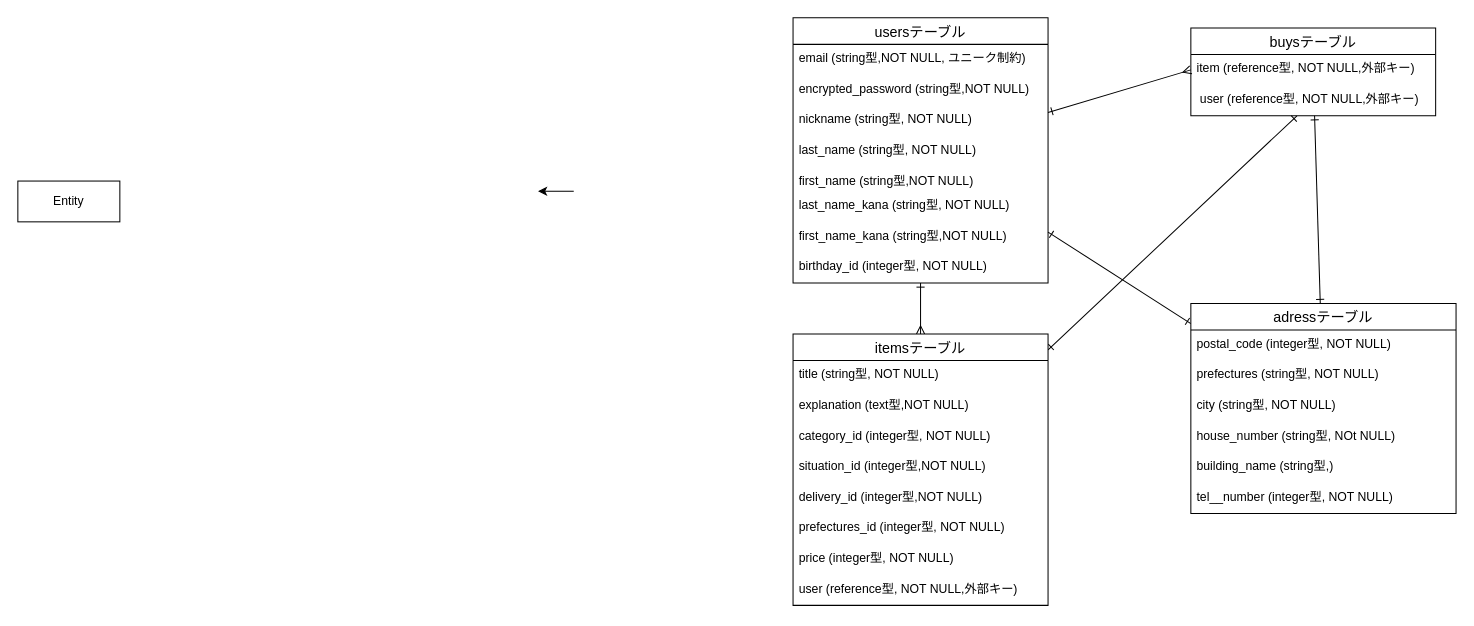
This is furima.dio from kyouhei53/furima-38974, a draw.io file, before an edit. Source tidied: cells renumbered, new cells numbered last; positions are measured from the earlier drawing's top-left corner, leaving out a move shared by most shapes. Both pictures are drawn from the tidied source at 102%, with x=0, y=0 at pixel (17, 17).
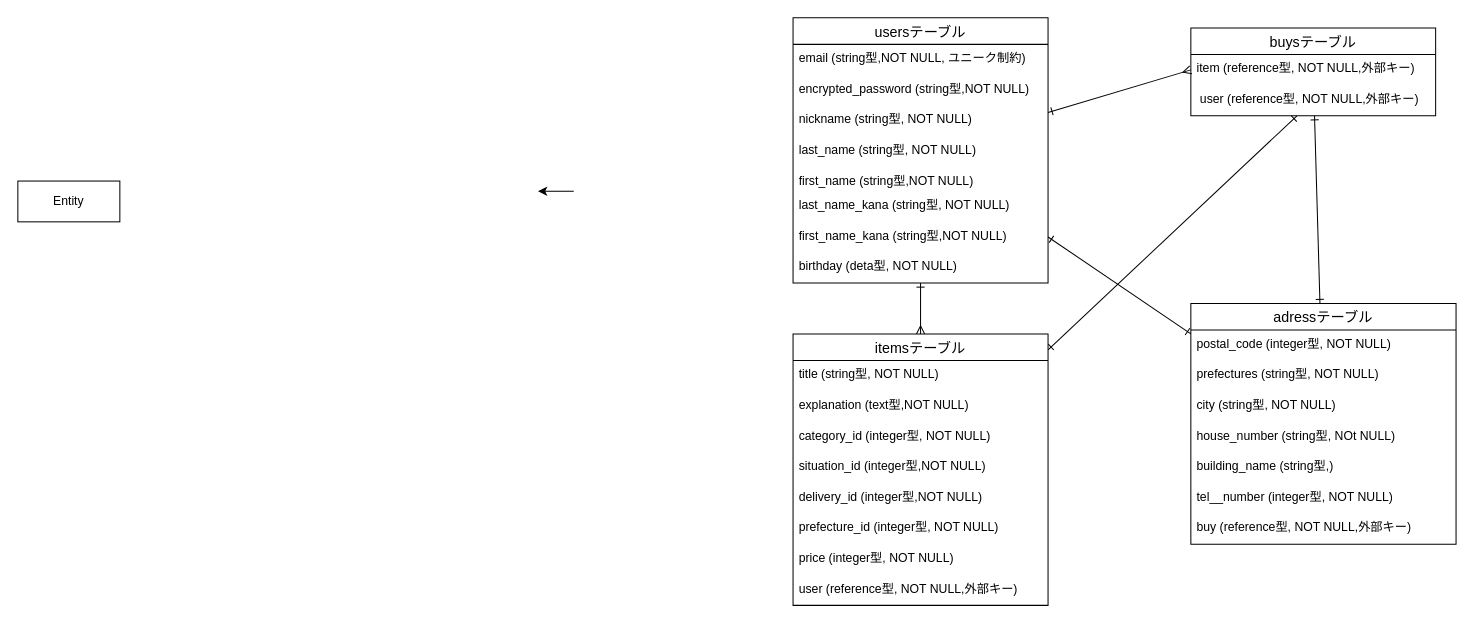
After the change.

Commit message (it also covers changes not shown here):
データベース

Unchanged cells that the change refers to:
```xml
<mxCell id="6" value="usersテーブル" style="swimlane;fontStyle=0;horizontal=1;startSize=26;align=center;fontSize=14;" parent="1" vertex="1">
  <mxGeometry x="760" width="250" height="260" as="geometry" />
</mxCell>
<mxCell id="18" value="itemsテーブル" style="swimlane;fontStyle=0;horizontal=1;startSize=26;align=center;fontSize=14;" parent="1" vertex="1">
  <mxGeometry x="760" y="310" width="250" height="266" as="geometry" />
</mxCell>
```

The edit, as a diff of the source:
```diff
@@
-    <mxCell id="14" value="birthday_id (integer型, NOT NULL)" style="text;strokeColor=none;fillColor=none;spacingLeft=4;spacingRight=4;overflow=hidden;fontSize=12;" parent="6" vertex="1">
+    <mxCell id="14" value="birthday (deta型, NOT NULL)" style="text;strokeColor=none;fillColor=none;spacingLeft=4;spacingRight=4;overflow=hidden;fontSize=12;" parent="6" vertex="1">
       <mxGeometry y="230" width="250" height="30" as="geometry" />
     </mxCell>
@@
-    <mxCell id="24" value=" prefectures_id (integer型, NOT NULL)" style="text;strokeColor=none;fillColor=none;spacingLeft=4;spacingRight=4;overflow=hidden;fontSize=12;" parent="18" vertex="1">
+    <mxCell id="24" value=" prefecture_id (integer型, NOT NULL)" style="text;strokeColor=none;fillColor=none;spacingLeft=4;spacingRight=4;overflow=hidden;fontSize=12;" parent="18" vertex="1">
       <mxGeometry y="176" width="250" height="30" as="geometry" />
     </mxCell>
@@
     <mxCell id="31" value="adressテーブル" style="swimlane;fontStyle=0;horizontal=1;startSize=26;align=center;fontSize=14;" parent="1" vertex="1">
-      <mxGeometry x="1150" y="280" width="260" height="206" as="geometry" />
+      <mxGeometry x="1150" y="280" width="260" height="236" as="geometry" />
     </mxCell>
@@
+    <mxCell id="38" value="buy (reference型, NOT NULL,外部キー)" style="text;strokeColor=none;fillColor=none;spacingLeft=4;spacingRight=4;overflow=hidden;fontSize=12;" parent="31" vertex="1">
+      <mxGeometry y="206" width="260" height="30" as="geometry" />
+    </mxCell>
```
